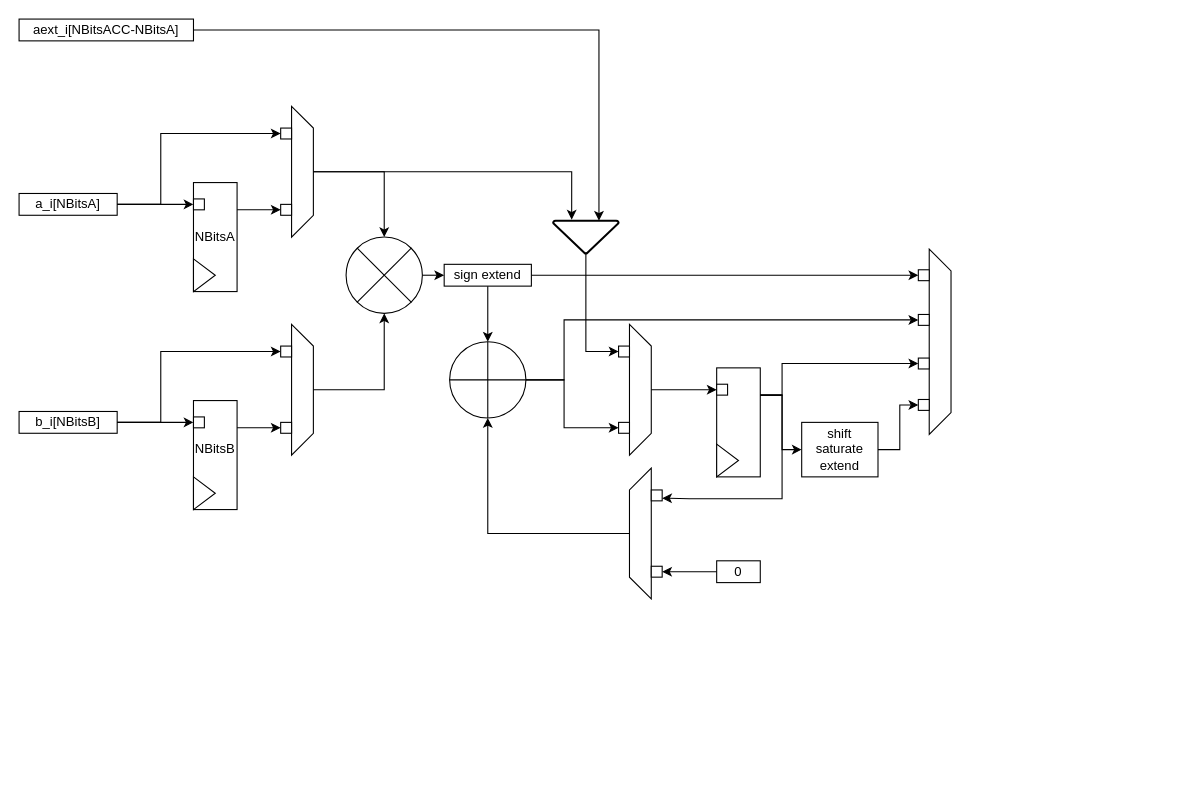
Before: Untitled Diagram.drawio in timsaxe/diagrams, a draw.io diagram. Source tidied: cells renumbered, new cells numbered last; positions are measured from the earlier drawing's top-left corner, leaving out a move shared by most shapes. Both pictures are drawn from the tidied source at 109%, with x=0, y=0 at pixel (19, 19).
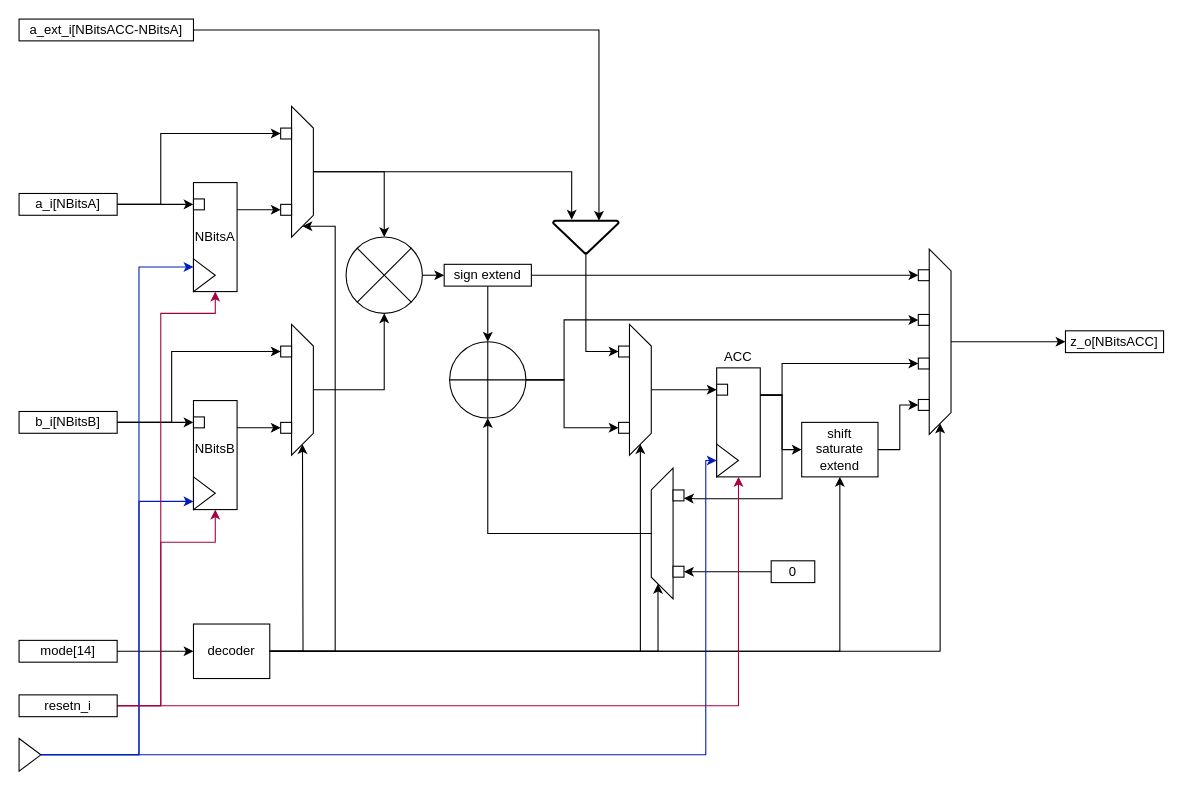
After the change.

The change refers to these unchanged cells:
```xml
<mxCell id="3" style="shape=trapezoid;perimeter=trapezoidPerimeter;whiteSpace=wrap;html=1;fixedSize=1;rotation=90;" parent="2" vertex="1">
  <mxGeometry x="-40" y="50" width="120" height="20" as="geometry" />
</mxCell>
<mxCell id="9" style="rounded=0;whiteSpace=wrap;html=1;" parent="8" vertex="1">
  <mxGeometry width="40" height="100" as="geometry" />
</mxCell>
<mxCell id="10" style="triangle;whiteSpace=wrap;html=1;" parent="8" vertex="1">
  <mxGeometry y="70" width="20" height="30" as="geometry" />
</mxCell>
<mxCell id="14" style="rounded=0;whiteSpace=wrap;html=1;" parent="13" vertex="1">
  <mxGeometry width="40" height="100" as="geometry" />
</mxCell>
<mxCell id="15" style="triangle;whiteSpace=wrap;html=1;" parent="13" vertex="1">
  <mxGeometry y="70" width="20" height="30" as="geometry" />
</mxCell>
<mxCell id="19" value="b_i[NBitsB]" style="text;html=1;align=center;verticalAlign=middle;whiteSpace=wrap;rounded=0;strokeColor=#000000;" parent="1" vertex="1">
  <mxGeometry y="360" width="90" height="20" as="geometry" />
</mxCell>
<mxCell id="21" style="rounded=0;whiteSpace=wrap;html=1;" parent="20" vertex="1">
  <mxGeometry width="40" height="100" as="geometry" />
</mxCell>
<mxCell id="22" style="triangle;whiteSpace=wrap;html=1;" parent="20" vertex="1">
  <mxGeometry y="70" width="20" height="30" as="geometry" />
</mxCell>
<mxCell id="31" style="rounded=0;whiteSpace=wrap;html=1;" parent="29" vertex="1">
  <mxGeometry y="20" width="10" height="10" as="geometry" />
</mxCell>
<mxCell id="39" style="shape=trapezoid;perimeter=trapezoidPerimeter;whiteSpace=wrap;html=1;fixedSize=1;strokeColor=#000000;rotation=90;" parent="38" vertex="1">
  <mxGeometry x="-65" y="75" width="170" height="20" as="geometry" />
</mxCell>
<mxCell id="48" style="shape=trapezoid;perimeter=trapezoidPerimeter;whiteSpace=wrap;html=1;fixedSize=1;rotation=90;" parent="47" vertex="1">
  <mxGeometry x="-40" y="50" width="120" height="20" as="geometry" />
</mxCell>
<mxCell id="55" value="&lt;div&gt;shift&lt;/div&gt;&lt;div&gt;saturate&lt;/div&gt;&lt;div&gt;extend&lt;br&gt;&lt;/div&gt;" style="text;html=1;fillColor=none;align=center;verticalAlign=middle;whiteSpace=wrap;rounded=0;strokeColor=#000000;" parent="1" vertex="1">
  <mxGeometry x="718" y="370" width="70" height="50" as="geometry" />
</mxCell>
<mxCell id="58" style="shape=trapezoid;perimeter=trapezoidPerimeter;whiteSpace=wrap;html=1;fixedSize=1;rotation=-90;" parent="57" vertex="1">
  <mxGeometry x="-50" y="50" width="120" height="20" as="geometry" />
</mxCell>
```

The edit, as a diff of the source:
```diff
@@
     <mxCell id="18" style="edgeStyle=orthogonalEdgeStyle;rounded=0;jettySize=auto;html=1;exitX=1;exitY=0.5;exitDx=0;exitDy=0;entryX=0;entryY=0.5;entryDx=0;entryDy=0;" parent="1" edge="1" source="19" target="31">
       <mxGeometry relative="1" as="geometry">
         <Array as="points">
-          <mxPoint x="130" y="370" />
-          <mxPoint x="130" y="305" />
+          <mxPoint x="140" y="370" />
+          <mxPoint x="140" y="305" />
         </Array>
       </mxGeometry>
     </mxCell>
@@
     <mxCell id="57" style="group;flipV=1;rotation=-180;" parent="1" vertex="1">
-      <mxGeometry x="560" y="412" width="30" height="120" as="geometry" />
+      <mxGeometry x="580" y="412" width="30" height="120" as="geometry" />
     </mxCell>
@@
     <mxCell id="63" value="0" style="text;html=1;fillColor=none;align=center;verticalAlign=middle;whiteSpace=wrap;rounded=0;strokeColor=#000000;" parent="1" vertex="1">
-      <mxGeometry x="640" y="497" width="40" height="20" as="geometry" />
+      <mxGeometry x="690" y="497" width="40" height="20" as="geometry" />
     </mxCell>
@@
-    <mxCell id="68" value="aext_i[NBitsACC-NBitsA]" style="text;html=1;align=center;verticalAlign=middle;whiteSpace=wrap;rounded=0;strokeColor=#000000;" parent="1" vertex="1">
+    <mxCell id="68" value="a_ext_i[NBitsACC-NBitsA]" style="text;html=1;align=center;verticalAlign=middle;whiteSpace=wrap;rounded=0;strokeColor=#000000;" parent="1" vertex="1">
       <mxGeometry width="160" height="20" as="geometry" />
     </mxCell>
@@
+    <mxCell id="70" value="ACC" style="text;html=1;strokeColor=none;fillColor=none;align=center;verticalAlign=middle;whiteSpace=wrap;rounded=0;" parent="1" vertex="1">
+      <mxGeometry x="640" y="300" width="40" height="20" as="geometry" />
+    </mxCell>
+    <mxCell id="71" style="edgeStyle=orthogonalEdgeStyle;rounded=0;jettySize=auto;html=1;exitX=1;exitY=0.5;exitDx=0;exitDy=0;entryX=0;entryY=0.5;entryDx=0;entryDy=0;" parent="1" edge="1" source="72" target="79">
+      <mxGeometry relative="1" as="geometry" />
+    </mxCell>
+    <mxCell id="72" value="mode[14]" style="text;html=1;align=center;verticalAlign=middle;whiteSpace=wrap;rounded=0;strokeColor=#000000;" parent="1" vertex="1">
+      <mxGeometry y="570" width="90" height="20" as="geometry" />
+    </mxCell>
+    <mxCell id="73" style="edgeStyle=orthogonalEdgeStyle;rounded=0;jettySize=auto;html=1;exitX=1;exitY=0.5;exitDx=0;exitDy=0;" parent="1" edge="1" source="79">
+      <mxGeometry relative="1" as="geometry">
+        <mxPoint x="260" y="390" as="targetPoint" />
+      </mxGeometry>
+    </mxCell>
+    <mxCell id="74" style="edgeStyle=orthogonalEdgeStyle;rounded=0;jettySize=auto;html=1;exitX=1;exitY=0.5;exitDx=0;exitDy=0;entryX=1;entryY=0.5;entryDx=0;entryDy=0;" parent="1" edge="1" source="79" target="3">
+      <mxGeometry relative="1" as="geometry">
+        <Array as="points">
+          <mxPoint x="290" y="580" />
+          <mxPoint x="290" y="190" />
+        </Array>
+      </mxGeometry>
+    </mxCell>
+    <mxCell id="75" style="edgeStyle=orthogonalEdgeStyle;rounded=0;jettySize=auto;html=1;exitX=1;exitY=0.5;exitDx=0;exitDy=0;entryX=0;entryY=0.25;entryDx=0;entryDy=0;" parent="1" edge="1" source="79" target="58">
+      <mxGeometry relative="1" as="geometry" />
+    </mxCell>
+    <mxCell id="76" style="edgeStyle=orthogonalEdgeStyle;rounded=0;jettySize=auto;html=1;exitX=1;exitY=0.5;exitDx=0;exitDy=0;entryX=1;entryY=0.5;entryDx=0;entryDy=0;" parent="1" edge="1" source="79" target="48">
+      <mxGeometry relative="1" as="geometry">
+        <Array as="points">
+          <mxPoint x="570" y="580" />
+        </Array>
+      </mxGeometry>
+    </mxCell>
+    <mxCell id="77" style="edgeStyle=orthogonalEdgeStyle;rounded=0;jettySize=auto;html=1;exitX=1;exitY=0.5;exitDx=0;exitDy=0;entryX=0.5;entryY=1;entryDx=0;entryDy=0;" parent="1" edge="1" source="79" target="55">
+      <mxGeometry relative="1" as="geometry" />
+    </mxCell>
+    <mxCell id="78" style="edgeStyle=orthogonalEdgeStyle;rounded=0;jettySize=auto;html=1;exitX=1;exitY=0.5;exitDx=0;exitDy=0;entryX=1;entryY=0.5;entryDx=0;entryDy=0;" parent="1" edge="1" source="79" target="39">
+      <mxGeometry relative="1" as="geometry" />
+    </mxCell>
+    <mxCell id="79" value="decoder" style="text;html=1;fillColor=none;align=center;verticalAlign=middle;whiteSpace=wrap;rounded=0;strokeColor=#000000;" parent="1" vertex="1">
+      <mxGeometry x="160" y="555" width="70" height="50" as="geometry" />
+    </mxCell>
+    <mxCell id="80" value="z_o[NBitsACC]" style="text;html=1;align=center;verticalAlign=middle;whiteSpace=wrap;rounded=0;strokeColor=#000000;" parent="1" vertex="1">
+      <mxGeometry x="960" y="286" width="90" height="20" as="geometry" />
+    </mxCell>
+    <mxCell id="81" style="edgeStyle=orthogonalEdgeStyle;rounded=0;jettySize=auto;html=1;exitX=0.5;exitY=0;exitDx=0;exitDy=0;entryX=0;entryY=0.5;entryDx=0;entryDy=0;" parent="1" edge="1" source="39" target="80">
+      <mxGeometry relative="1" as="geometry" />
+    </mxCell>
+    <mxCell id="82" style="edgeStyle=orthogonalEdgeStyle;rounded=0;jettySize=auto;html=1;exitX=1;exitY=0.5;exitDx=0;exitDy=0;entryX=0;entryY=0.75;entryDx=0;entryDy=0;fillColor=#0050ef;strokeColor=#001DBC;" parent="1" edge="1" source="85" target="15">
+      <mxGeometry relative="1" as="geometry">
+        <Array as="points">
+          <mxPoint x="110" y="675" />
+          <mxPoint x="110" y="443" />
+        </Array>
+      </mxGeometry>
+    </mxCell>
+    <mxCell id="83" style="edgeStyle=orthogonalEdgeStyle;rounded=0;jettySize=auto;html=1;exitX=1;exitY=0.5;exitDx=0;exitDy=0;entryX=0;entryY=0.25;entryDx=0;entryDy=0;fillColor=#0050ef;strokeColor=#001DBC;" parent="1" edge="1" source="85" target="10">
+      <mxGeometry relative="1" as="geometry">
+        <Array as="points">
+          <mxPoint x="110" y="675" />
+          <mxPoint x="110" y="228" />
+        </Array>
+      </mxGeometry>
+    </mxCell>
+    <mxCell id="84" style="edgeStyle=orthogonalEdgeStyle;rounded=0;jettySize=auto;html=1;exitX=1;exitY=0.5;exitDx=0;exitDy=0;entryX=0;entryY=0.5;entryDx=0;entryDy=0;fillColor=#0050ef;strokeColor=#001DBC;" parent="1" edge="1" source="85" target="22">
+      <mxGeometry relative="1" as="geometry">
+        <Array as="points">
+          <mxPoint x="630" y="675" />
+          <mxPoint x="630" y="405" />
+        </Array>
+      </mxGeometry>
+    </mxCell>
+    <mxCell id="85" style="triangle;whiteSpace=wrap;html=1;" parent="1" vertex="1">
+      <mxGeometry y="660" width="20" height="30" as="geometry" />
+    </mxCell>
+    <mxCell id="86" style="edgeStyle=orthogonalEdgeStyle;rounded=0;jettySize=auto;html=1;exitX=1;exitY=0.5;exitDx=0;exitDy=0;entryX=0.5;entryY=1;entryDx=0;entryDy=0;fillColor=#d80073;strokeColor=#A50040;" parent="1" edge="1" source="89" target="14">
+      <mxGeometry relative="1" as="geometry">
+        <Array as="points">
+          <mxPoint x="130" y="630" />
+          <mxPoint x="130" y="480" />
+          <mxPoint x="180" y="480" />
+        </Array>
+      </mxGeometry>
+    </mxCell>
+    <mxCell id="87" style="edgeStyle=orthogonalEdgeStyle;rounded=0;jettySize=auto;html=1;exitX=1;exitY=0.5;exitDx=0;exitDy=0;entryX=0.5;entryY=1;entryDx=0;entryDy=0;fillColor=#d80073;strokeColor=#A50040;" parent="1" edge="1" source="89" target="21">
+      <mxGeometry relative="1" as="geometry">
+        <Array as="points">
+          <mxPoint x="660" y="630" />
+        </Array>
+      </mxGeometry>
+    </mxCell>
+    <mxCell id="88" style="edgeStyle=orthogonalEdgeStyle;rounded=0;jettySize=auto;html=1;exitX=1;exitY=0.5;exitDx=0;exitDy=0;entryX=0.5;entryY=1;entryDx=0;entryDy=0;fillColor=#d80073;strokeColor=#A50040;" parent="1" edge="1" source="89" target="9">
+      <mxGeometry relative="1" as="geometry">
+        <Array as="points">
+          <mxPoint x="130" y="630" />
+          <mxPoint x="130" y="270" />
+          <mxPoint x="180" y="270" />
+        </Array>
+      </mxGeometry>
+    </mxCell>
+    <mxCell id="89" value="resetn_i" style="text;html=1;align=center;verticalAlign=middle;whiteSpace=wrap;rounded=0;strokeColor=#000000;" parent="1" vertex="1">
+      <mxGeometry y="620" width="90" height="20" as="geometry" />
+    </mxCell>
```
